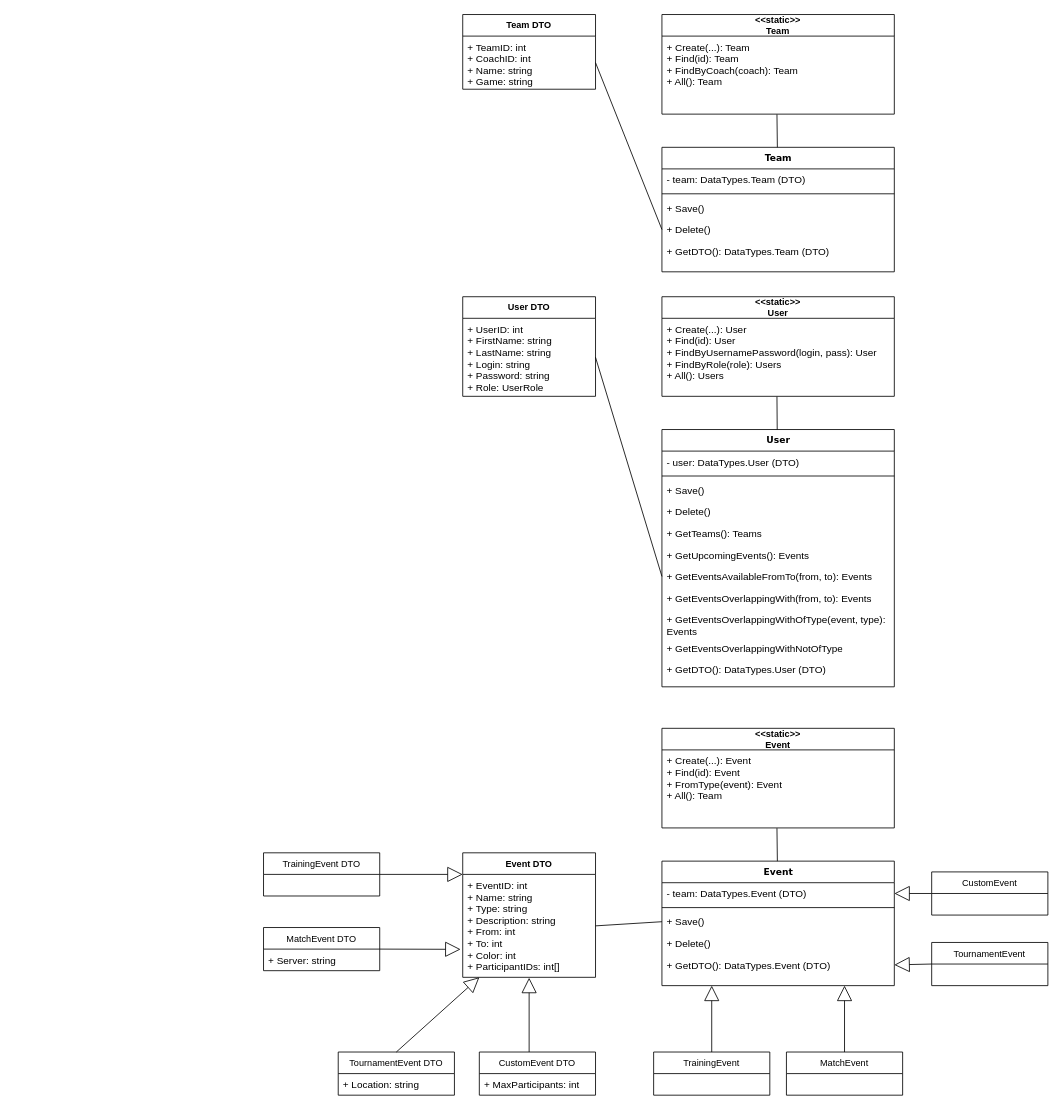
dminikm/EsportsIS keeps this draw.io diagram as ClassDiagram.drawio. Above is the earlier version. Source tidied: cells renumbered, new cells numbered last; positions are measured from the earlier drawing's top-left corner, leaving out a move shared by most shapes. Both pictures are drawn from the tidied source at 83%, with x=0, y=0 at pixel (263, 14).
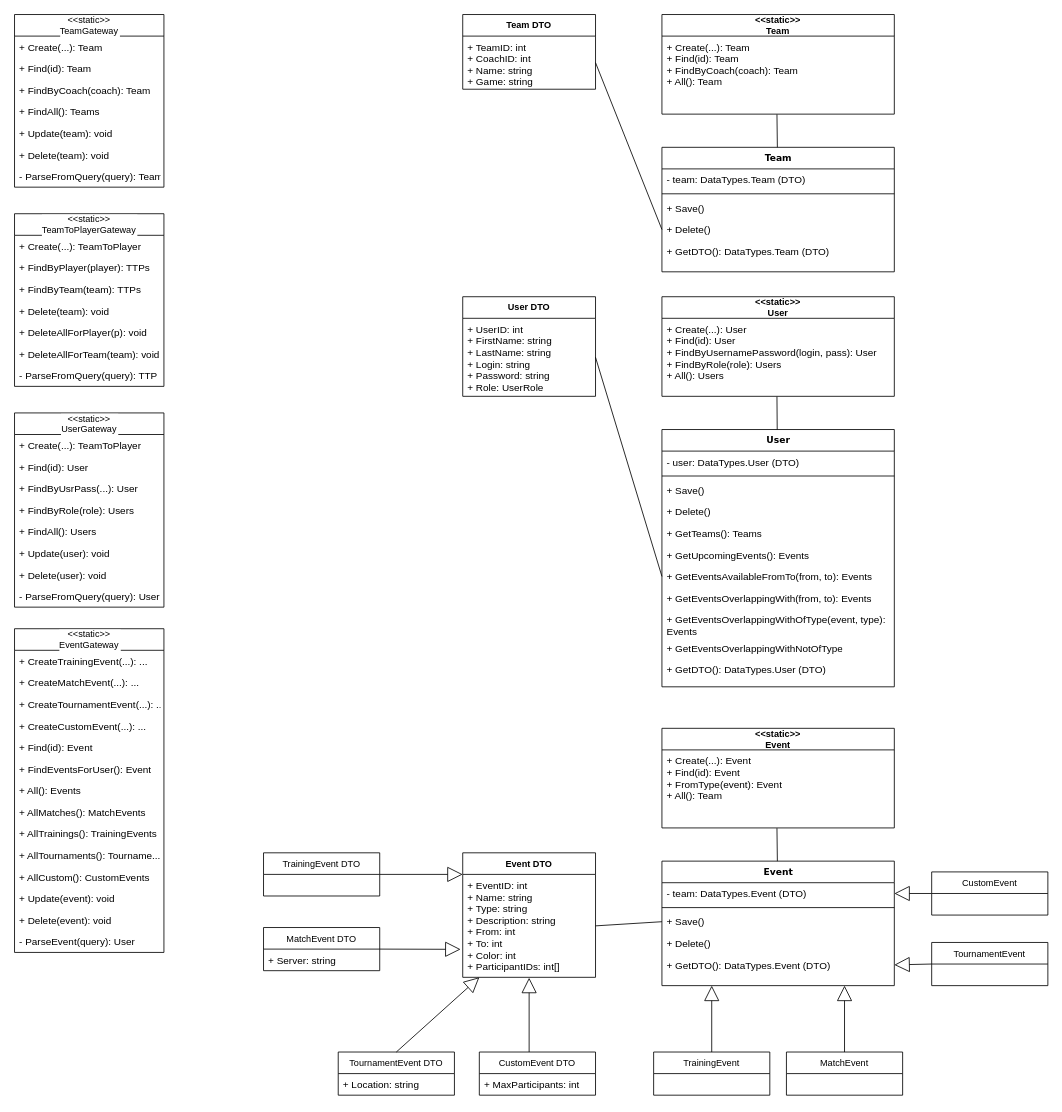
After the change.

Diff of the diagram source:
```diff
@@
+    <mxCell id="63" value="&lt;&lt;static&gt;&gt;&#10;TeamGateway" style="swimlane;fontStyle=0;horizontal=1;startSize=26;fillColor=none;fontSize=11;fontColor=none;align=center;labelBackgroundColor=#ffffff;" parent="1" vertex="1">
+      <mxGeometry x="-300" width="180" height="208" as="geometry" />
+    </mxCell>
+    <mxCell id="64" value="+ Create(...): Team&#10;" style="text;strokeColor=none;fillColor=none;align=left;verticalAlign=top;spacingLeft=4;spacingRight=4;overflow=hidden;" parent="63" vertex="1">
+      <mxGeometry y="26" width="180" height="26" as="geometry" />
+    </mxCell>
+    <mxCell id="65" value="+ Find(id): Team" style="text;strokeColor=none;fillColor=none;align=left;verticalAlign=top;spacingLeft=4;spacingRight=4;overflow=hidden;" parent="63" vertex="1">
+      <mxGeometry y="52" width="180" height="26" as="geometry" />
+    </mxCell>
+    <mxCell id="66" value="+ FindByCoach(coach): Team" style="text;strokeColor=none;fillColor=none;align=left;verticalAlign=top;spacingLeft=4;spacingRight=4;overflow=hidden;" parent="63" vertex="1">
+      <mxGeometry y="78" width="180" height="26" as="geometry" />
+    </mxCell>
+    <mxCell id="67" value="+ FindAll(): Teams&#10;" style="text;strokeColor=none;fillColor=none;align=left;verticalAlign=top;spacingLeft=4;spacingRight=4;overflow=hidden;" parent="63" vertex="1">
+      <mxGeometry y="104" width="180" height="26" as="geometry" />
+    </mxCell>
+    <mxCell id="68" value="+ Update(team): void" style="text;strokeColor=none;fillColor=none;align=left;verticalAlign=top;spacingLeft=4;spacingRight=4;overflow=hidden;" parent="63" vertex="1">
+      <mxGeometry y="130" width="180" height="26" as="geometry" />
+    </mxCell>
+    <mxCell id="69" value="+ Delete(team): void&#10;" style="text;strokeColor=none;fillColor=none;align=left;verticalAlign=top;spacingLeft=4;spacingRight=4;overflow=hidden;" parent="63" vertex="1">
+      <mxGeometry y="156" width="180" height="26" as="geometry" />
+    </mxCell>
+    <mxCell id="70" value="- ParseFromQuery(query): Team" style="text;strokeColor=none;fillColor=none;align=left;verticalAlign=top;spacingLeft=4;spacingRight=4;overflow=hidden;" parent="63" vertex="1">
+      <mxGeometry y="182" width="180" height="26" as="geometry" />
+    </mxCell>
+    <mxCell id="71" value="&lt;&lt;static&gt;&gt;&#10;TeamToPlayerGateway" style="swimlane;fontStyle=0;horizontal=1;startSize=26;fillColor=none;fontSize=11;fontColor=none;align=center;labelBackgroundColor=#ffffff;" parent="1" vertex="1">
+      <mxGeometry x="-300" y="240" width="180" height="208" as="geometry" />
+    </mxCell>
+    <mxCell id="72" value="+ Create(...): TeamToPlayer&#10;" style="text;strokeColor=none;fillColor=none;align=left;verticalAlign=top;spacingLeft=4;spacingRight=4;overflow=hidden;" parent="71" vertex="1">
+      <mxGeometry y="26" width="180" height="26" as="geometry" />
+    </mxCell>
+    <mxCell id="73" value="+ FindByPlayer(player): TTPs" style="text;strokeColor=none;fillColor=none;align=left;verticalAlign=top;spacingLeft=4;spacingRight=4;overflow=hidden;" parent="71" vertex="1">
+      <mxGeometry y="52" width="180" height="26" as="geometry" />
+    </mxCell>
+    <mxCell id="74" value="+ FindByTeam(team): TTPs" style="text;strokeColor=none;fillColor=none;align=left;verticalAlign=top;spacingLeft=4;spacingRight=4;overflow=hidden;" parent="71" vertex="1">
+      <mxGeometry y="78" width="180" height="26" as="geometry" />
+    </mxCell>
+    <mxCell id="75" value="+ Delete(team): void&#10;" style="text;strokeColor=none;fillColor=none;align=left;verticalAlign=top;spacingLeft=4;spacingRight=4;overflow=hidden;" parent="71" vertex="1">
+      <mxGeometry y="104" width="180" height="26" as="geometry" />
+    </mxCell>
+    <mxCell id="76" value="+ DeleteAllForPlayer(p): void&#10;" style="text;strokeColor=none;fillColor=none;align=left;verticalAlign=top;spacingLeft=4;spacingRight=4;overflow=hidden;" parent="71" vertex="1">
+      <mxGeometry y="130" width="180" height="26" as="geometry" />
+    </mxCell>
+    <mxCell id="77" value="+ DeleteAllForTeam(team): void" style="text;strokeColor=none;fillColor=none;align=left;verticalAlign=top;spacingLeft=4;spacingRight=4;overflow=hidden;" parent="71" vertex="1">
+      <mxGeometry y="156" width="180" height="26" as="geometry" />
+    </mxCell>
+    <mxCell id="78" value="- ParseFromQuery(query): TTP" style="text;strokeColor=none;fillColor=none;align=left;verticalAlign=top;spacingLeft=4;spacingRight=4;overflow=hidden;" parent="71" vertex="1">
+      <mxGeometry y="182" width="180" height="26" as="geometry" />
+    </mxCell>
+    <mxCell id="79" value="&lt;&lt;static&gt;&gt;&#10;UserGateway" style="swimlane;fontStyle=0;horizontal=1;startSize=26;fillColor=none;fontSize=11;fontColor=none;align=center;labelBackgroundColor=#ffffff;" parent="1" vertex="1">
+      <mxGeometry x="-300" y="480" width="180" height="234" as="geometry" />
+    </mxCell>
+    <mxCell id="80" value="+ Create(...): TeamToPlayer&#10;" style="text;strokeColor=none;fillColor=none;align=left;verticalAlign=top;spacingLeft=4;spacingRight=4;overflow=hidden;" parent="79" vertex="1">
+      <mxGeometry y="26" width="180" height="26" as="geometry" />
+    </mxCell>
+    <mxCell id="81" value="+ Find(id): User" style="text;strokeColor=none;fillColor=none;align=left;verticalAlign=top;spacingLeft=4;spacingRight=4;overflow=hidden;" parent="79" vertex="1">
+      <mxGeometry y="52" width="180" height="26" as="geometry" />
+    </mxCell>
+    <mxCell id="82" value="+ FindByUsrPass(...): User" style="text;strokeColor=none;fillColor=none;align=left;verticalAlign=top;spacingLeft=4;spacingRight=4;overflow=hidden;" parent="79" vertex="1">
+      <mxGeometry y="78" width="180" height="26" as="geometry" />
+    </mxCell>
+    <mxCell id="83" value="+ FindByRole(role): Users" style="text;strokeColor=none;fillColor=none;align=left;verticalAlign=top;spacingLeft=4;spacingRight=4;overflow=hidden;" parent="79" vertex="1">
+      <mxGeometry y="104" width="180" height="26" as="geometry" />
+    </mxCell>
+    <mxCell id="84" value="+ FindAll(): Users" style="text;strokeColor=none;fillColor=none;align=left;verticalAlign=top;spacingLeft=4;spacingRight=4;overflow=hidden;" parent="79" vertex="1">
+      <mxGeometry y="130" width="180" height="26" as="geometry" />
+    </mxCell>
+    <mxCell id="85" value="+ Update(user): void" style="text;strokeColor=none;fillColor=none;align=left;verticalAlign=top;spacingLeft=4;spacingRight=4;overflow=hidden;" parent="79" vertex="1">
+      <mxGeometry y="156" width="180" height="26" as="geometry" />
+    </mxCell>
+    <mxCell id="86" value="+ Delete(user): void&#10;" style="text;strokeColor=none;fillColor=none;align=left;verticalAlign=top;spacingLeft=4;spacingRight=4;overflow=hidden;" parent="79" vertex="1">
+      <mxGeometry y="182" width="180" height="26" as="geometry" />
+    </mxCell>
+    <mxCell id="87" value="- ParseFromQuery(query): User" style="text;strokeColor=none;fillColor=none;align=left;verticalAlign=top;spacingLeft=4;spacingRight=4;overflow=hidden;" parent="79" vertex="1">
+      <mxGeometry y="208" width="180" height="26" as="geometry" />
+    </mxCell>
+    <mxCell id="88" value="&lt;&lt;static&gt;&gt;&#10;EventGateway" style="swimlane;fontStyle=0;horizontal=1;startSize=26;fillColor=none;fontSize=11;fontColor=none;align=center;labelBackgroundColor=#ffffff;" parent="1" vertex="1">
+      <mxGeometry x="-300" y="740" width="180" height="390" as="geometry" />
+    </mxCell>
+    <mxCell id="89" value="+ CreateTrainingEvent(...): ...&#10;" style="text;strokeColor=none;fillColor=none;align=left;verticalAlign=top;spacingLeft=4;spacingRight=4;overflow=hidden;" parent="88" vertex="1">
+      <mxGeometry y="26" width="180" height="26" as="geometry" />
+    </mxCell>
+    <mxCell id="90" value="+ CreateMatchEvent(...): ..." style="text;strokeColor=none;fillColor=none;align=left;verticalAlign=top;spacingLeft=4;spacingRight=4;overflow=hidden;" parent="88" vertex="1">
+      <mxGeometry y="52" width="180" height="26" as="geometry" />
+    </mxCell>
+    <mxCell id="91" value="+ CreateTournamentEvent(...): ..." style="text;strokeColor=none;fillColor=none;align=left;verticalAlign=top;spacingLeft=4;spacingRight=4;overflow=hidden;" parent="88" vertex="1">
+      <mxGeometry y="78" width="180" height="26" as="geometry" />
+    </mxCell>
+    <mxCell id="92" value="+ CreateCustomEvent(...): ..." style="text;strokeColor=none;fillColor=none;align=left;verticalAlign=top;spacingLeft=4;spacingRight=4;overflow=hidden;" parent="88" vertex="1">
+      <mxGeometry y="104" width="180" height="26" as="geometry" />
+    </mxCell>
+    <mxCell id="93" value="+ Find(id): Event" style="text;strokeColor=none;fillColor=none;align=left;verticalAlign=top;spacingLeft=4;spacingRight=4;overflow=hidden;" parent="88" vertex="1">
+      <mxGeometry y="130" width="180" height="26" as="geometry" />
+    </mxCell>
+    <mxCell id="94" value="+ FindEventsForUser(): Event" style="text;strokeColor=none;fillColor=none;align=left;verticalAlign=top;spacingLeft=4;spacingRight=4;overflow=hidden;" parent="88" vertex="1">
+      <mxGeometry y="156" width="180" height="26" as="geometry" />
+    </mxCell>
+    <mxCell id="95" value="+ All(): Events" style="text;strokeColor=none;fillColor=none;align=left;verticalAlign=top;spacingLeft=4;spacingRight=4;overflow=hidden;" parent="88" vertex="1">
+      <mxGeometry y="182" width="180" height="26" as="geometry" />
+    </mxCell>
+    <mxCell id="96" value="+ AllMatches(): MatchEvents" style="text;strokeColor=none;fillColor=none;align=left;verticalAlign=top;spacingLeft=4;spacingRight=4;overflow=hidden;" parent="88" vertex="1">
+      <mxGeometry y="208" width="180" height="26" as="geometry" />
+    </mxCell>
+    <mxCell id="97" value="+ AllTrainings(): TrainingEvents" style="text;strokeColor=none;fillColor=none;align=left;verticalAlign=top;spacingLeft=4;spacingRight=4;overflow=hidden;" parent="88" vertex="1">
+      <mxGeometry y="234" width="180" height="26" as="geometry" />
+    </mxCell>
+    <mxCell id="98" value="+ AllTournaments(): Tourname..." style="text;strokeColor=none;fillColor=none;align=left;verticalAlign=top;spacingLeft=4;spacingRight=4;overflow=hidden;" parent="88" vertex="1">
+      <mxGeometry y="260" width="180" height="26" as="geometry" />
+    </mxCell>
+    <mxCell id="99" value="+ AllCustom(): CustomEvents" style="text;strokeColor=none;fillColor=none;align=left;verticalAlign=top;spacingLeft=4;spacingRight=4;overflow=hidden;" parent="88" vertex="1">
+      <mxGeometry y="286" width="180" height="26" as="geometry" />
+    </mxCell>
+    <mxCell id="100" value="+ Update(event): void" style="text;strokeColor=none;fillColor=none;align=left;verticalAlign=top;spacingLeft=4;spacingRight=4;overflow=hidden;" parent="88" vertex="1">
+      <mxGeometry y="312" width="180" height="26" as="geometry" />
+    </mxCell>
+    <mxCell id="101" value="+ Delete(event): void&#10;" style="text;strokeColor=none;fillColor=none;align=left;verticalAlign=top;spacingLeft=4;spacingRight=4;overflow=hidden;" parent="88" vertex="1">
+      <mxGeometry y="338" width="180" height="26" as="geometry" />
+    </mxCell>
+    <mxCell id="102" value="- ParseEvent(query): User" style="text;strokeColor=none;fillColor=none;align=left;verticalAlign=top;spacingLeft=4;spacingRight=4;overflow=hidden;" parent="88" vertex="1">
+      <mxGeometry y="364" width="180" height="26" as="geometry" />
+    </mxCell>
```
